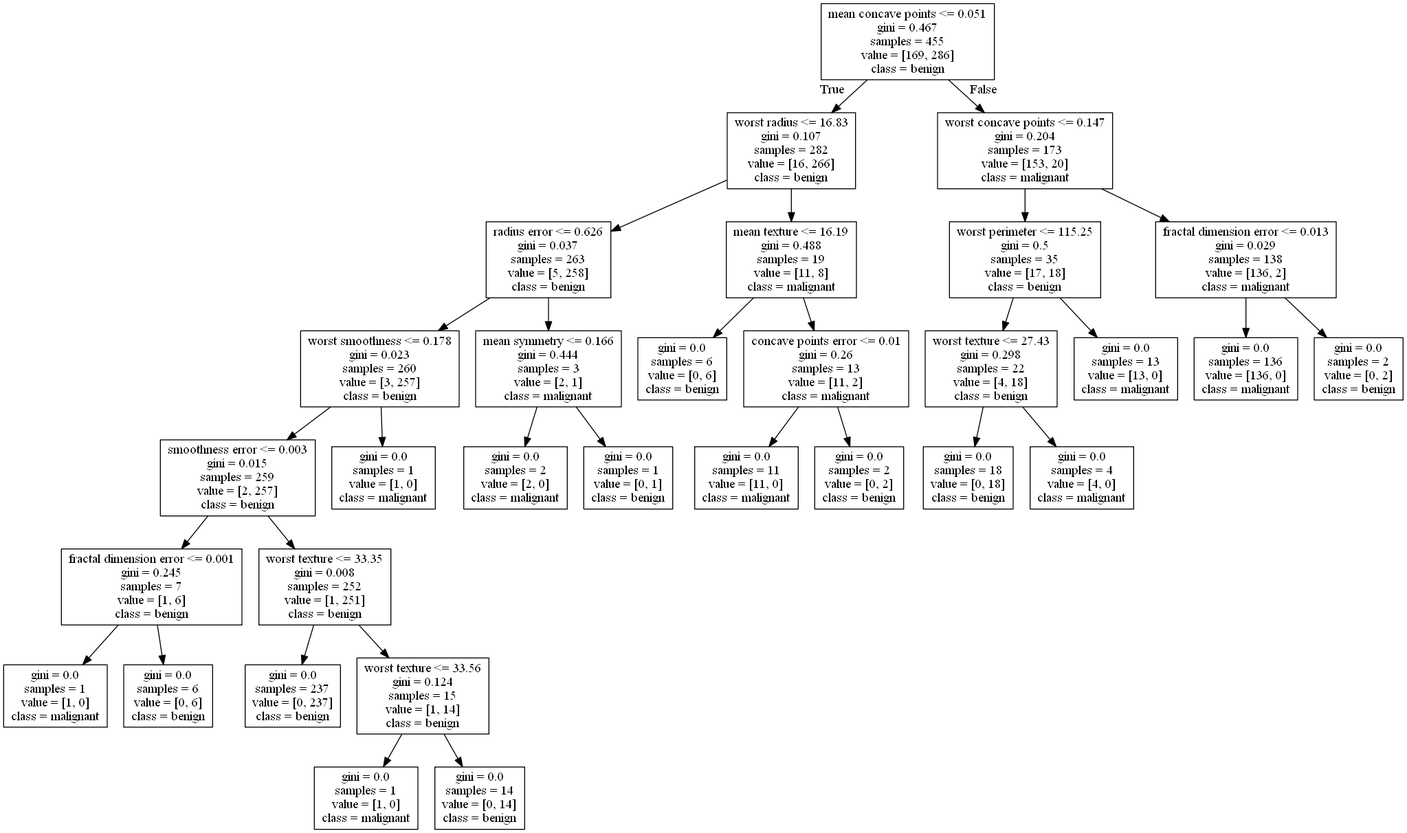
Paul-Salamea/paulesteban keeps this Graphviz diagram as P5_AplicacionML/tree.png. Above is the earlier version. Its source is kept beside it as P5_AplicacionML/tree.dot. Source of this version:
```dot
digraph Tree {
node [shape=box] ;
0 [label="mean concave points <= 0.051\ngini = 0.467\nsamples = 455\nvalue = [169, 286]\nclass = benign"] ;
1 [label="worst radius <= 16.83\ngini = 0.107\nsamples = 282\nvalue = [16, 266]\nclass = benign"] ;
0 -> 1 [labeldistance=2.5, labelangle=45, headlabel="True"] ;
2 [label="radius error <= 0.626\ngini = 0.037\nsamples = 263\nvalue = [5, 258]\nclass = benign"] ;
1 -> 2 ;
3 [label="worst smoothness <= 0.178\ngini = 0.023\nsamples = 260\nvalue = [3, 257]\nclass = benign"] ;
2 -> 3 ;
4 [label="smoothness error <= 0.003\ngini = 0.015\nsamples = 259\nvalue = [2, 257]\nclass = benign"] ;
3 -> 4 ;
5 [label="fractal dimension error <= 0.001\ngini = 0.245\nsamples = 7\nvalue = [1, 6]\nclass = benign"] ;
4 -> 5 ;
6 [label="gini = 0.0\nsamples = 1\nvalue = [1, 0]\nclass = malignant"] ;
5 -> 6 ;
7 [label="gini = 0.0\nsamples = 6\nvalue = [0, 6]\nclass = benign"] ;
5 -> 7 ;
8 [label="worst texture <= 33.35\ngini = 0.008\nsamples = 252\nvalue = [1, 251]\nclass = benign"] ;
4 -> 8 ;
9 [label="gini = 0.0\nsamples = 237\nvalue = [0, 237]\nclass = benign"] ;
8 -> 9 ;
10 [label="worst texture <= 33.56\ngini = 0.124\nsamples = 15\nvalue = [1, 14]\nclass = benign"] ;
8 -> 10 ;
11 [label="gini = 0.0\nsamples = 1\nvalue = [1, 0]\nclass = malignant"] ;
10 -> 11 ;
12 [label="gini = 0.0\nsamples = 14\nvalue = [0, 14]\nclass = benign"] ;
10 -> 12 ;
13 [label="gini = 0.0\nsamples = 1\nvalue = [1, 0]\nclass = malignant"] ;
3 -> 13 ;
14 [label="mean symmetry <= 0.166\ngini = 0.444\nsamples = 3\nvalue = [2, 1]\nclass = malignant"] ;
2 -> 14 ;
15 [label="gini = 0.0\nsamples = 2\nvalue = [2, 0]\nclass = malignant"] ;
14 -> 15 ;
16 [label="gini = 0.0\nsamples = 1\nvalue = [0, 1]\nclass = benign"] ;
14 -> 16 ;
17 [label="mean texture <= 16.19\ngini = 0.488\nsamples = 19\nvalue = [11, 8]\nclass = malignant"] ;
1 -> 17 ;
18 [label="gini = 0.0\nsamples = 6\nvalue = [0, 6]\nclass = benign"] ;
17 -> 18 ;
19 [label="concave points error <= 0.01\ngini = 0.26\nsamples = 13\nvalue = [11, 2]\nclass = malignant"] ;
17 -> 19 ;
20 [label="gini = 0.0\nsamples = 11\nvalue = [11, 0]\nclass = malignant"] ;
19 -> 20 ;
21 [label="gini = 0.0\nsamples = 2\nvalue = [0, 2]\nclass = benign"] ;
19 -> 21 ;
22 [label="worst concave points <= 0.147\ngini = 0.204\nsamples = 173\nvalue = [153, 20]\nclass = malignant"] ;
0 -> 22 [labeldistance=2.5, labelangle=-45, headlabel="False"] ;
23 [label="worst perimeter <= 115.25\ngini = 0.5\nsamples = 35\nvalue = [17, 18]\nclass = benign"] ;
22 -> 23 ;
24 [label="worst texture <= 27.43\ngini = 0.298\nsamples = 22\nvalue = [4, 18]\nclass = benign"] ;
23 -> 24 ;
25 [label="gini = 0.0\nsamples = 18\nvalue = [0, 18]\nclass = benign"] ;
24 -> 25 ;
26 [label="gini = 0.0\nsamples = 4\nvalue = [4, 0]\nclass = malignant"] ;
24 -> 26 ;
27 [label="gini = 0.0\nsamples = 13\nvalue = [13, 0]\nclass = malignant"] ;
23 -> 27 ;
28 [label="fractal dimension error <= 0.013\ngini = 0.029\nsamples = 138\nvalue = [136, 2]\nclass = malignant"] ;
22 -> 28 ;
29 [label="gini = 0.0\nsamples = 136\nvalue = [136, 0]\nclass = malignant"] ;
28 -> 29 ;
30 [label="gini = 0.0\nsamples = 2\nvalue = [0, 2]\nclass = benign"] ;
28 -> 30 ;
}
```
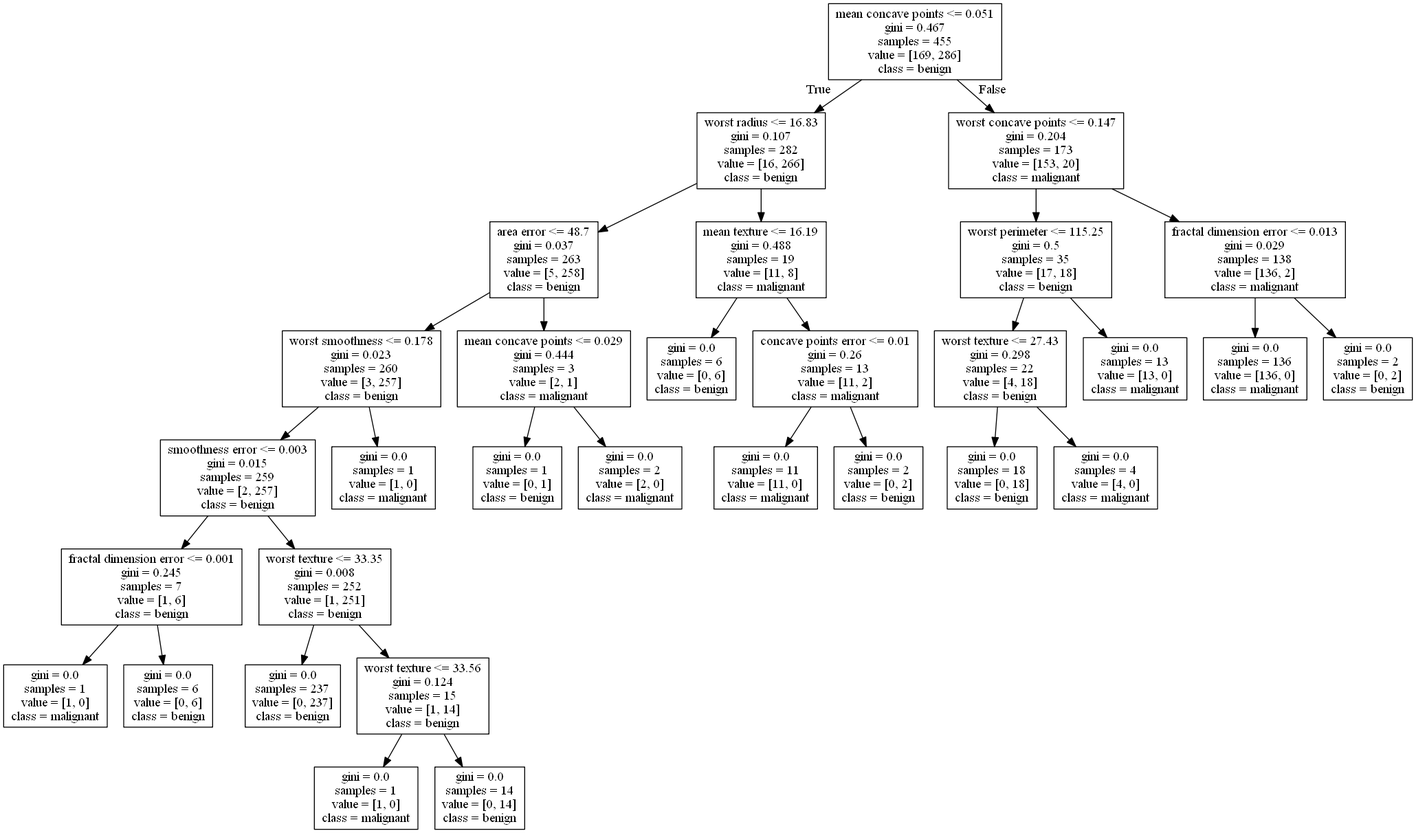
The same diagram one commit later.

Change to the diagram source:
```diff
@@ -3,7 +3,7 @@
 0 [label="mean concave points <= 0.051\ngini = 0.467\nsamples = 455\nvalue = [169, 286]\nclass = benign"] ;
 1 [label="worst radius <= 16.83\ngini = 0.107\nsamples = 282\nvalue = [16, 266]\nclass = benign"] ;
 0 -> 1 [labeldistance=2.5, labelangle=45, headlabel="True"] ;
-2 [label="radius error <= 0.626\ngini = 0.037\nsamples = 263\nvalue = [5, 258]\nclass = benign"] ;
+2 [label="area error <= 48.7\ngini = 0.037\nsamples = 263\nvalue = [5, 258]\nclass = benign"] ;
 1 -> 2 ;
 3 [label="worst smoothness <= 0.178\ngini = 0.023\nsamples = 260\nvalue = [3, 257]\nclass = benign"] ;
 2 -> 3 ;
@@ -27,11 +27,11 @@
 10 -> 12 ;
 13 [label="gini = 0.0\nsamples = 1\nvalue = [1, 0]\nclass = malignant"] ;
 3 -> 13 ;
-14 [label="mean symmetry <= 0.166\ngini = 0.444\nsamples = 3\nvalue = [2, 1]\nclass = malignant"] ;
+14 [label="mean concave points <= 0.029\ngini = 0.444\nsamples = 3\nvalue = [2, 1]\nclass = malignant"] ;
 2 -> 14 ;
-15 [label="gini = 0.0\nsamples = 2\nvalue = [2, 0]\nclass = malignant"] ;
+15 [label="gini = 0.0\nsamples = 1\nvalue = [0, 1]\nclass = benign"] ;
 14 -> 15 ;
-16 [label="gini = 0.0\nsamples = 1\nvalue = [0, 1]\nclass = benign"] ;
+16 [label="gini = 0.0\nsamples = 2\nvalue = [2, 0]\nclass = malignant"] ;
 14 -> 16 ;
 17 [label="mean texture <= 16.19\ngini = 0.488\nsamples = 19\nvalue = [11, 8]\nclass = malignant"] ;
 1 -> 17 ;
```
